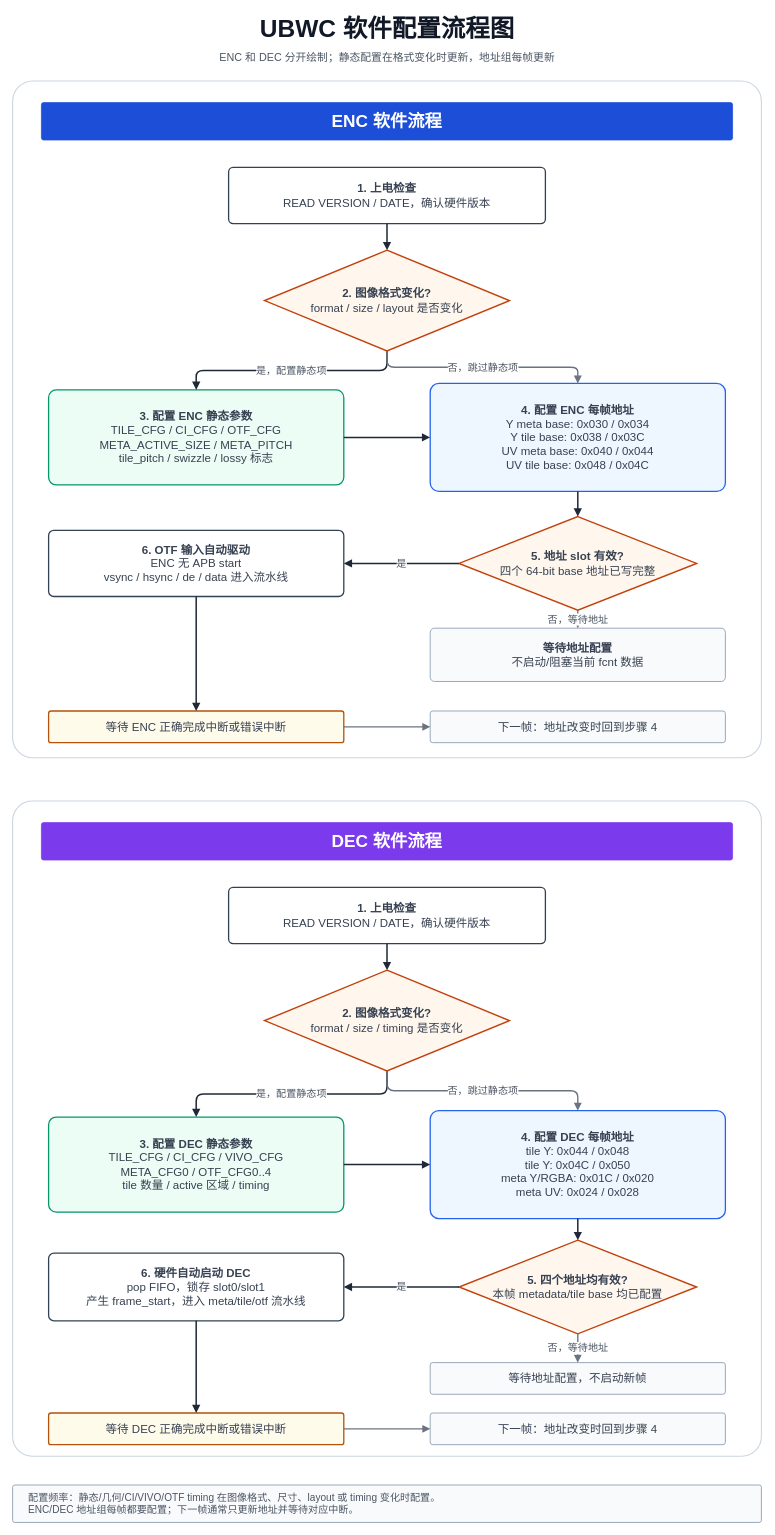
Earlier version of the draw.io diagram docs/ubwc_software_flowchart_cn.drawio (luckymiaojw/ubwc). Source tidied: cells renumbered, new cells numbered last; positions are measured from the earlier drawing's top-left corner, leaving out a move shared by most shapes. Both pictures are drawn from the tidied source at 72%, with x=0, y=0 at pixel (12, 12).
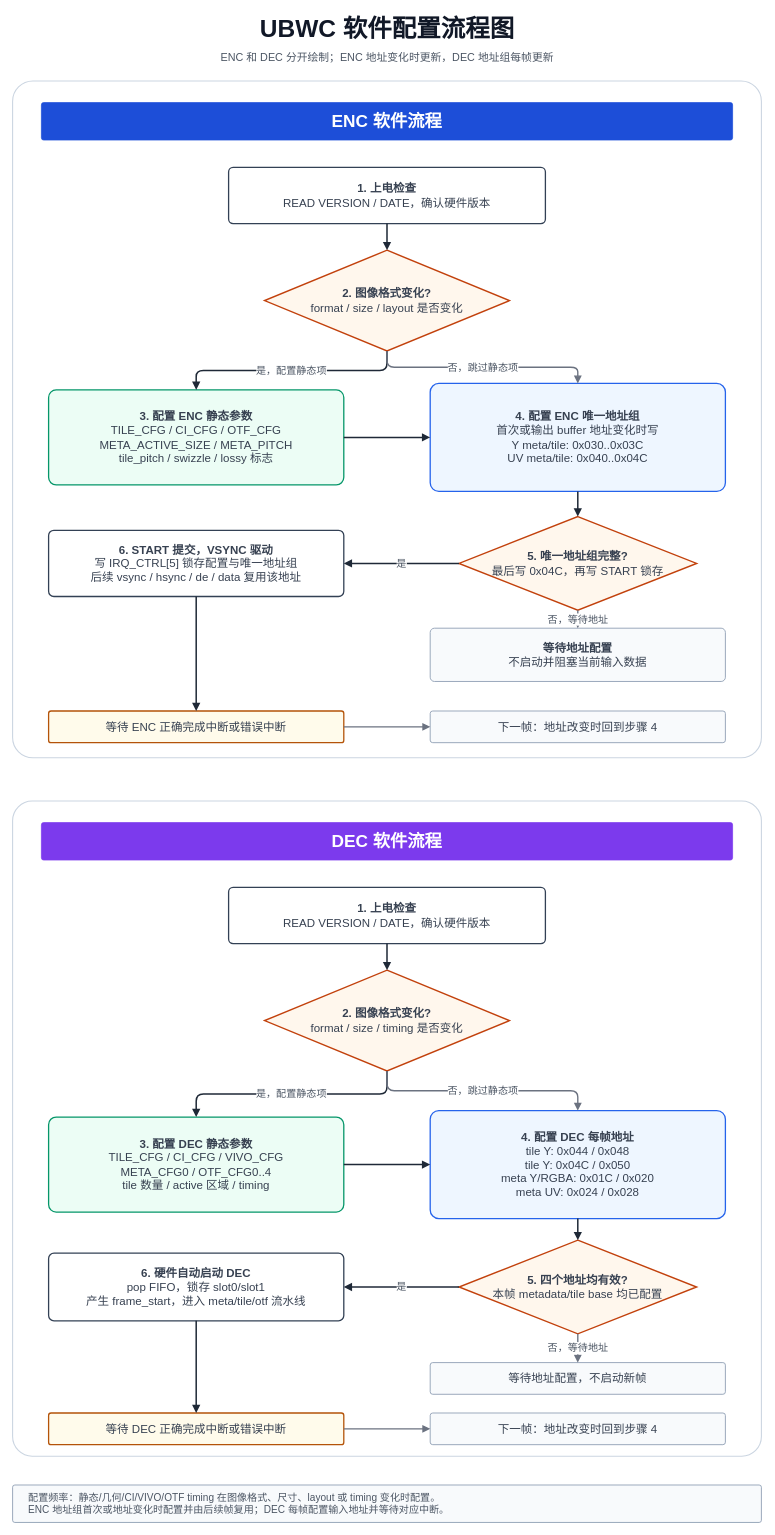
Above is the later version.

Diff of the diagram source:
```diff
@@
-    <mxCell id="3" value="ENC 和 DEC 分开绘制；静态配置在格式变化时更新，地址组每帧更新" style="text;html=1;strokeColor=none;fillColor=none;fontSize=15;fontColor=#4b5563;align=center;verticalAlign=middle;" parent="1" vertex="1">
+    <mxCell id="3" value="ENC 和 DEC 分开绘制；ENC 地址变化时更新，DEC 地址组每帧更新" style="text;html=1;strokeColor=none;fillColor=none;fontSize=15;fontColor=#4b5563;align=center;verticalAlign=middle;" parent="1" vertex="1">
       <mxGeometry x="140" y="47" width="760" height="30" as="geometry" />
     </mxCell>
@@
-    <mxCell id="9" value="&lt;b&gt;4. 配置 ENC 每帧地址&lt;/b&gt;&lt;br&gt;Y meta base: 0x030 / 0x034&lt;br&gt;Y tile base: 0x038 / 0x03C&lt;br&gt;UV meta base: 0x040 / 0x044&lt;br&gt;UV tile base: 0x048 / 0x04C" style="rounded=1;whiteSpace=wrap;html=1;arcSize=8;fillColor=#eef6ff;strokeColor=#2563eb;strokeWidth=1.8;fontSize=16;fontColor=#374151;" parent="1" vertex="1">
+    <mxCell id="9" value="&lt;b&gt;4. 配置 ENC 唯一地址组&lt;/b&gt;&lt;br&gt;首次或输出 buffer 地址变化时写&lt;br&gt;Y meta/tile: 0x030..0x03C&lt;br&gt;UV meta/tile: 0x040..0x04C" style="rounded=1;whiteSpace=wrap;html=1;arcSize=8;fillColor=#eef6ff;strokeColor=#2563eb;strokeWidth=1.8;fontSize=16;fontColor=#374151;" parent="1" vertex="1">
       <mxGeometry x="580" y="515" width="410" height="150" as="geometry" />
     </mxCell>
-    <mxCell id="10" value="&lt;b&gt;5. 地址 slot 有效?&lt;/b&gt;&lt;br&gt;四个 64-bit base 地址已写完整" style="rhombus;whiteSpace=wrap;html=1;fillColor=#fff7ed;strokeColor=#c2410c;strokeWidth=2;fontSize=16;fontColor=#374151;" parent="1" vertex="1">
+    <mxCell id="10" value="&lt;b&gt;5. 唯一地址组完整?&lt;/b&gt;&lt;br&gt;最后写 0x04C，再写 START 锁存" style="rhombus;whiteSpace=wrap;html=1;fillColor=#fff7ed;strokeColor=#c2410c;strokeWidth=2;fontSize=16;fontColor=#374151;" parent="1" vertex="1">
       <mxGeometry x="620" y="700" width="330" height="130" as="geometry" />
     </mxCell>
-    <mxCell id="11" value="&lt;b&gt;6. OTF 输入自动驱动&lt;/b&gt;&lt;br&gt;ENC 无 APB start&lt;br&gt;vsync / hsync / de / data 进入流水线" style="rounded=1;whiteSpace=wrap;html=1;arcSize=8;fillColor=#ffffff;strokeColor=#334155;strokeWidth=1.8;fontSize=16;fontColor=#374151;" parent="1" vertex="1">
+    <mxCell id="11" value="&lt;b&gt;6. START 提交，VSYNC 驱动&lt;/b&gt;&lt;br&gt;写 IRQ_CTRL[5] 锁存配置与唯一地址组&lt;br&gt;后续 vsync / hsync / de / data 复用该地址" style="rounded=1;whiteSpace=wrap;html=1;arcSize=8;fillColor=#ffffff;strokeColor=#334155;strokeWidth=1.8;fontSize=16;fontColor=#374151;" parent="1" vertex="1">
       <mxGeometry x="50" y="719" width="410" height="92" as="geometry" />
     </mxCell>
-    <mxCell id="12" value="&lt;b&gt;等待地址配置&lt;/b&gt;&lt;br&gt;不启动/阻塞当前 fcnt 数据" style="rounded=1;whiteSpace=wrap;html=1;arcSize=8;fillColor=#f8fafc;strokeColor=#94a3b8;strokeWidth=1.3;fontSize=16;fontColor=#374151;" parent="1" vertex="1">
+    <mxCell id="12" value="&lt;b&gt;等待地址配置&lt;/b&gt;&lt;br&gt;不启动并阻塞当前输入数据" style="rounded=1;whiteSpace=wrap;html=1;arcSize=8;fillColor=#f8fafc;strokeColor=#94a3b8;strokeWidth=1.3;fontSize=16;fontColor=#374151;" parent="1" vertex="1">
       <mxGeometry x="580" y="855" width="410" height="74" as="geometry" />
     </mxCell>
@@
-    <mxCell id="26" value="配置频率：静态/几何/CI/VIVO/OTF timing 在图像格式、尺寸、layout 或 timing 变化时配置。&lt;br&gt;ENC/DEC 地址组每帧都要配置；下一帧通常只更新地址并等待对应中断。" style="rounded=1;whiteSpace=wrap;html=1;arcSize=6;fillColor=#f8fafc;strokeColor=#94a3b8;strokeWidth=1.3;fontSize=14;fontColor=#4b5563;align=left;spacingLeft=20;" parent="1" vertex="1">
+    <mxCell id="26" value="配置频率：静态/几何/CI/VIVO/OTF timing 在图像格式、尺寸、layout 或 timing 变化时配置。&lt;br&gt;ENC 地址组首次或地址变化时配置并由后续帧复用；DEC 每帧配置输入地址并等待对应中断。" style="rounded=1;whiteSpace=wrap;html=1;arcSize=6;fillColor=#f8fafc;strokeColor=#94a3b8;strokeWidth=1.3;fontSize=14;fontColor=#4b5563;align=left;spacingLeft=20;" parent="1" vertex="1">
       <mxGeometry y="2045" width="1040" height="52" as="geometry" />
     </mxCell>
```
